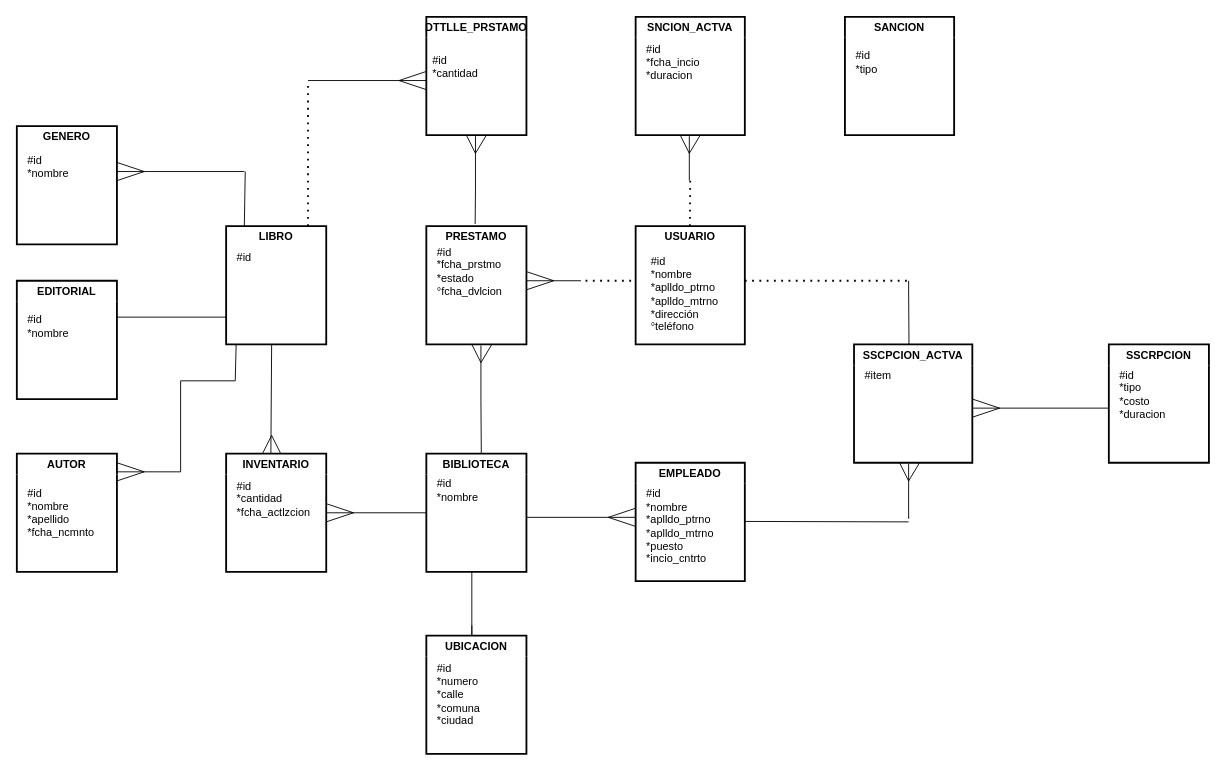
Above: page "Page-1" (1 of 3) of examen_practico.drawio in AlexisEV/diagramas-er (draw.io), before the change. Source tidied: cells renumbered, new cells numbered last; positions are measured from the earlier drawing's top-left corner, leaving out a move shared by most shapes. Both pictures are drawn from the tidied source at 91%, with x=0, y=0 at pixel (16, 16).
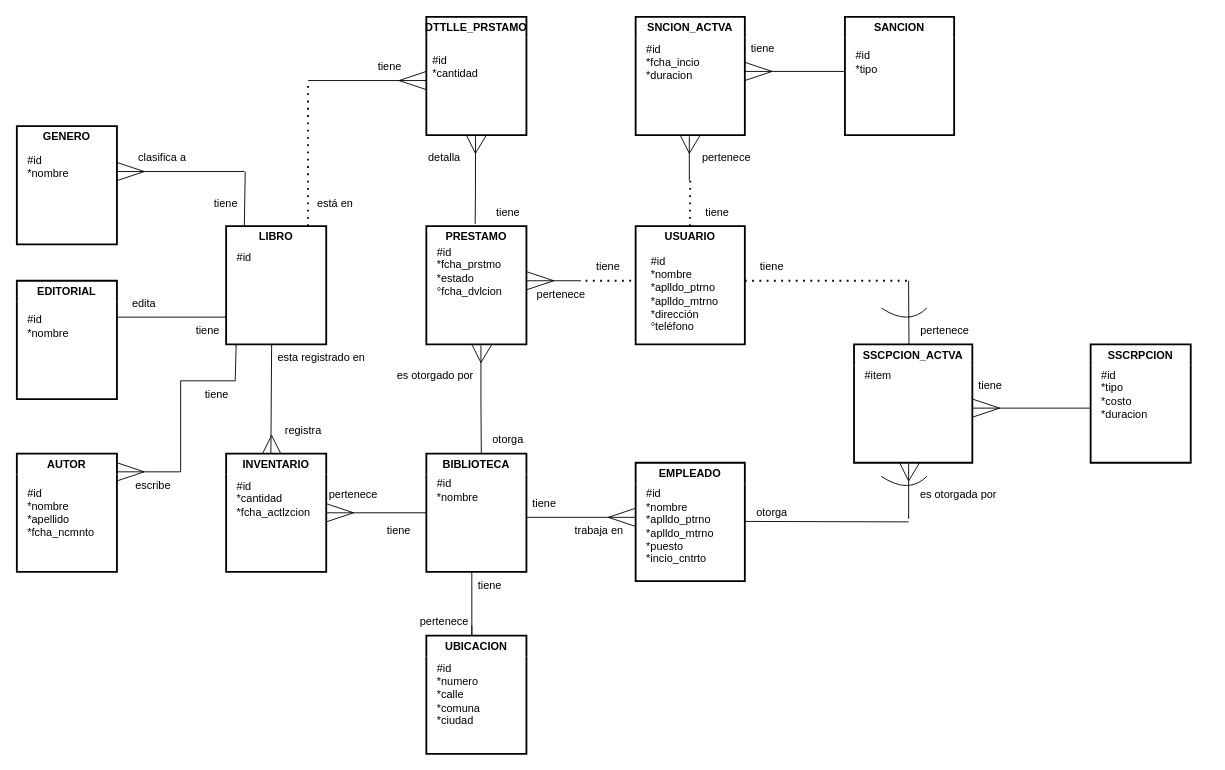
The same page after the edit.

The edit, as a diff of the source:
```diff
@@
     <mxCell id="18" value="SSCRPCION" style="swimlane;whiteSpace=wrap;html=1;perimeterSpacing=7;strokeWidth=2;swimlaneLine=0;glass=0;fillColor=none;strokeColor=#000000;startSize=23;" parent="1" vertex="1">
-      <mxGeometry x="1200" y="360" width="110" height="130" as="geometry" />
+      <mxGeometry x="1180" y="360" width="110" height="130" as="geometry" />
     </mxCell>
@@
     <mxCell id="36" style="endArrow=none;html=1;rounded=0;" parent="1" edge="1">
       <mxGeometry relative="1" as="geometry">
         <mxPoint x="1050" y="430" as="sourcePoint" />
-        <mxPoint x="1200" y="430" as="targetPoint" />
+        <mxPoint x="1180" y="430" as="targetPoint" />
       </mxGeometry>
     </mxCell>
@@
+    <mxCell id="80" value="tiene" style="text;html=1;strokeColor=none;fillColor=none;align=center;verticalAlign=middle;whiteSpace=wrap;rounded=0;" parent="1" vertex="1">
+      <mxGeometry x="200" y="190" width="60" height="30" as="geometry" />
+    </mxCell>
+    <mxCell id="81" value="clasifica a" style="text;html=1;strokeColor=none;fillColor=none;align=center;verticalAlign=middle;whiteSpace=wrap;rounded=0;" parent="1" vertex="1">
+      <mxGeometry x="130" y="140" width="60" height="30" as="geometry" />
+    </mxCell>
+    <mxCell id="82" style="endArrow=none;html=1;rounded=0;" parent="1" edge="1">
+      <mxGeometry relative="1" as="geometry">
+        <mxPoint x="800" y="60" as="sourcePoint" />
+        <mxPoint x="910" y="60" as="targetPoint" />
+      </mxGeometry>
+    </mxCell>
+    <mxCell id="83" style="endArrow=none;html=1;rounded=0;" parent="1" edge="1">
+      <mxGeometry relative="1" as="geometry">
+        <mxPoint x="800" y="70" as="sourcePoint" />
+        <mxPoint x="830" y="60" as="targetPoint" />
+      </mxGeometry>
+    </mxCell>
+    <mxCell id="84" style="endArrow=none;html=1;rounded=0;" parent="1" edge="1">
+      <mxGeometry relative="1" as="geometry">
+        <mxPoint x="800" y="50" as="sourcePoint" />
+        <mxPoint x="830" y="60" as="targetPoint" />
+      </mxGeometry>
+    </mxCell>
+    <mxCell id="85" value="edita" style="text;html=1;strokeColor=none;fillColor=none;align=center;verticalAlign=middle;whiteSpace=wrap;rounded=0;" parent="1" vertex="1">
+      <mxGeometry x="110" y="300" width="60" height="30" as="geometry" />
+    </mxCell>
+    <mxCell id="86" value="tiene" style="text;html=1;strokeColor=none;fillColor=none;align=center;verticalAlign=middle;whiteSpace=wrap;rounded=0;" parent="1" vertex="1">
+      <mxGeometry x="180" y="330" width="60" height="30" as="geometry" />
+    </mxCell>
+    <mxCell id="87" value="tiene" style="text;html=1;strokeColor=none;fillColor=none;align=center;verticalAlign=middle;whiteSpace=wrap;rounded=0;" parent="1" vertex="1">
+      <mxGeometry x="190" y="400" width="60" height="30" as="geometry" />
+    </mxCell>
+    <mxCell id="88" value="escribe" style="text;html=1;strokeColor=none;fillColor=none;align=center;verticalAlign=middle;whiteSpace=wrap;rounded=0;" parent="1" vertex="1">
+      <mxGeometry x="120" y="500" width="60" height="30" as="geometry" />
+    </mxCell>
+    <mxCell id="89" value="pertenece" style="text;html=1;strokeColor=none;fillColor=none;align=center;verticalAlign=middle;whiteSpace=wrap;rounded=0;" parent="1" vertex="1">
+      <mxGeometry x="340" y="510" width="60" height="30" as="geometry" />
+    </mxCell>
+    <mxCell id="90" value="tiene" style="text;html=1;strokeColor=none;fillColor=none;align=center;verticalAlign=middle;whiteSpace=wrap;rounded=0;" parent="1" vertex="1">
+      <mxGeometry x="390" y="550" width="60" height="30" as="geometry" />
+    </mxCell>
+    <mxCell id="91" value="esta registrado en" style="text;html=1;strokeColor=none;fillColor=none;align=center;verticalAlign=middle;whiteSpace=wrap;rounded=0;" parent="1" vertex="1">
+      <mxGeometry x="280" y="360" width="110" height="30" as="geometry" />
+    </mxCell>
+    <mxCell id="92" value="registra" style="text;html=1;strokeColor=none;fillColor=none;align=center;verticalAlign=middle;whiteSpace=wrap;rounded=0;" parent="1" vertex="1">
+      <mxGeometry x="260" y="440" width="110" height="30" as="geometry" />
+    </mxCell>
+    <mxCell id="93" value="tiene" style="text;html=1;strokeColor=none;fillColor=none;align=center;verticalAlign=middle;whiteSpace=wrap;rounded=0;" parent="1" vertex="1">
+      <mxGeometry x="550" y="520" width="60" height="30" as="geometry" />
+    </mxCell>
+    <mxCell id="94" value="trabaja en" style="text;html=1;strokeColor=none;fillColor=none;align=center;verticalAlign=middle;whiteSpace=wrap;rounded=0;" parent="1" vertex="1">
+      <mxGeometry x="610" y="550" width="60" height="30" as="geometry" />
+    </mxCell>
+    <mxCell id="95" value="tiene" style="text;html=1;strokeColor=none;fillColor=none;align=center;verticalAlign=middle;whiteSpace=wrap;rounded=0;" parent="1" vertex="1">
+      <mxGeometry x="490" y="610" width="60" height="30" as="geometry" />
+    </mxCell>
+    <mxCell id="96" value="pertenece" style="text;html=1;strokeColor=none;fillColor=none;align=center;verticalAlign=middle;whiteSpace=wrap;rounded=0;" parent="1" vertex="1">
+      <mxGeometry x="440" y="650" width="60" height="30" as="geometry" />
+    </mxCell>
+    <mxCell id="97" value="está en" style="text;html=1;strokeColor=none;fillColor=none;align=center;verticalAlign=middle;whiteSpace=wrap;rounded=0;" parent="1" vertex="1">
+      <mxGeometry x="320" y="190" width="60" height="30" as="geometry" />
+    </mxCell>
+    <mxCell id="98" value="detalla" style="text;html=1;strokeColor=none;fillColor=none;align=center;verticalAlign=middle;whiteSpace=wrap;rounded=0;" parent="1" vertex="1">
+      <mxGeometry x="440" y="140" width="60" height="30" as="geometry" />
+    </mxCell>
+    <mxCell id="99" value="tiene" style="text;html=1;strokeColor=none;fillColor=none;align=center;verticalAlign=middle;whiteSpace=wrap;rounded=0;" parent="1" vertex="1">
+      <mxGeometry x="510" y="200" width="60" height="30" as="geometry" />
+    </mxCell>
+    <mxCell id="100" value="tiene" style="text;html=1;strokeColor=none;fillColor=none;align=center;verticalAlign=middle;whiteSpace=wrap;rounded=0;" parent="1" vertex="1">
+      <mxGeometry x="380" y="40" width="60" height="30" as="geometry" />
+    </mxCell>
+    <mxCell id="101" value="tiene" style="text;html=1;strokeColor=none;fillColor=none;align=center;verticalAlign=middle;whiteSpace=wrap;rounded=0;" parent="1" vertex="1">
+      <mxGeometry x="620" y="260" width="60" height="30" as="geometry" />
+    </mxCell>
+    <mxCell id="102" value="pertenece&amp;nbsp;" style="text;html=1;strokeColor=none;fillColor=none;align=center;verticalAlign=middle;whiteSpace=wrap;rounded=0;" parent="1" vertex="1">
+      <mxGeometry x="570" y="290" width="60" height="30" as="geometry" />
+    </mxCell>
+    <mxCell id="103" value="otorga" style="text;html=1;strokeColor=none;fillColor=none;align=center;verticalAlign=middle;whiteSpace=wrap;rounded=0;" parent="1" vertex="1">
+      <mxGeometry x="510" y="450" width="60" height="30" as="geometry" />
+    </mxCell>
+    <mxCell id="104" value="es otorgado por" style="text;html=1;strokeColor=none;fillColor=none;align=center;verticalAlign=middle;whiteSpace=wrap;rounded=0;" parent="1" vertex="1">
+      <mxGeometry x="410" y="380" width="100" height="30" as="geometry" />
+    </mxCell>
+    <mxCell id="105" value="tiene" style="text;html=1;strokeColor=none;fillColor=none;align=center;verticalAlign=middle;whiteSpace=wrap;rounded=0;" parent="1" vertex="1">
+      <mxGeometry x="740" y="200" width="60" height="30" as="geometry" />
+    </mxCell>
+    <mxCell id="106" value="pertenece" style="text;html=1;strokeColor=none;fillColor=none;align=center;verticalAlign=middle;whiteSpace=wrap;rounded=0;" parent="1" vertex="1">
+      <mxGeometry x="990" y="330" width="60" height="30" as="geometry" />
+    </mxCell>
+    <mxCell id="107" value="pertenece" style="text;html=1;strokeColor=none;fillColor=none;align=center;verticalAlign=middle;whiteSpace=wrap;rounded=0;" parent="1" vertex="1">
+      <mxGeometry x="750" y="140" width="60" height="30" as="geometry" />
+    </mxCell>
+    <mxCell id="108" value="tiene" style="text;html=1;strokeColor=none;fillColor=none;align=center;verticalAlign=middle;whiteSpace=wrap;rounded=0;" parent="1" vertex="1">
+      <mxGeometry x="790" y="20" width="60" height="30" as="geometry" />
+    </mxCell>
+    <mxCell id="109" value="tiene" style="text;html=1;strokeColor=none;fillColor=none;align=center;verticalAlign=middle;whiteSpace=wrap;rounded=0;" parent="1" vertex="1">
+      <mxGeometry x="800" y="260" width="60" height="30" as="geometry" />
+    </mxCell>
+    <mxCell id="110" value="otorga" style="text;html=1;strokeColor=none;fillColor=none;align=center;verticalAlign=middle;whiteSpace=wrap;rounded=0;" parent="1" vertex="1">
+      <mxGeometry x="800" y="530" width="60" height="30" as="geometry" />
+    </mxCell>
+    <mxCell id="111" value="es otorgada por" style="text;html=1;strokeColor=none;fillColor=none;align=center;verticalAlign=middle;whiteSpace=wrap;rounded=0;" parent="1" vertex="1">
+      <mxGeometry x="980" y="510" width="110" height="30" as="geometry" />
+    </mxCell>
+    <mxCell id="112" value="tiene" style="text;html=1;strokeColor=none;fillColor=none;align=center;verticalAlign=middle;whiteSpace=wrap;rounded=0;" parent="1" vertex="1">
+      <mxGeometry x="1040" y="390" width="60" height="30" as="geometry" />
+    </mxCell>
+    <mxCell id="113" style="curved=1;endArrow=none;html=1;rounded=0;endFill=0;" parent="1" edge="1">
+      <mxGeometry relative="1" as="geometry">
+        <mxPoint x="950" y="320" as="sourcePoint" />
+        <mxPoint x="1000" y="320" as="targetPoint" />
+        <Array as="points">
+          <mxPoint x="980" y="340" />
+        </Array>
+      </mxGeometry>
+    </mxCell>
+    <mxCell id="114" style="curved=1;endArrow=none;html=1;rounded=0;endFill=0;" parent="1" edge="1">
+      <mxGeometry relative="1" as="geometry">
+        <mxPoint x="950" y="505" as="sourcePoint" />
+        <mxPoint x="1000" y="505" as="targetPoint" />
+        <Array as="points">
+          <mxPoint x="980" y="525" />
+        </Array>
+      </mxGeometry>
+    </mxCell>
```
